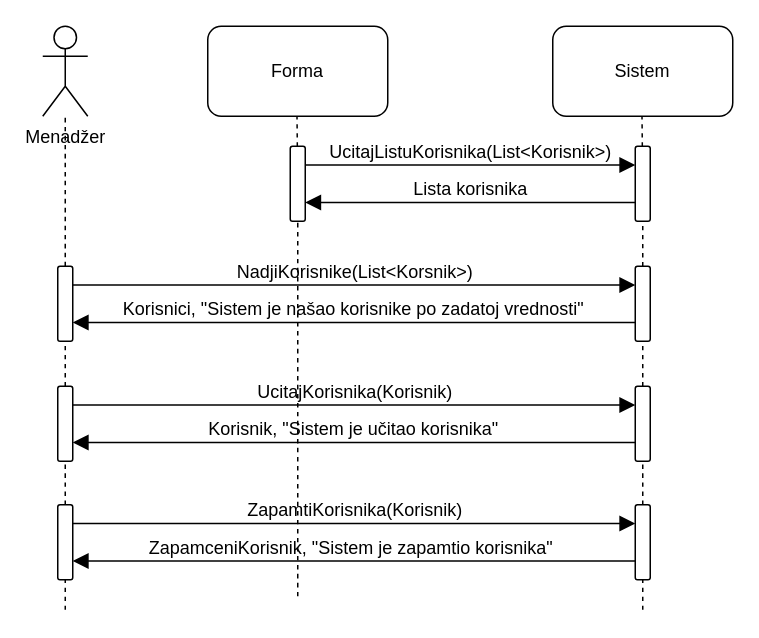
Above: Dijagram sekvenci-izmena korisnika.drawio in jancekk/agencija_turisticka (draw.io), before the change. Source tidied: cells renumbered, new cells numbered last; positions are measured from the earlier drawing's top-left corner, leaving out a move shared by most shapes. Both pictures are drawn from the tidied source at 150%, with x=0, y=0 at pixel (27, 26).
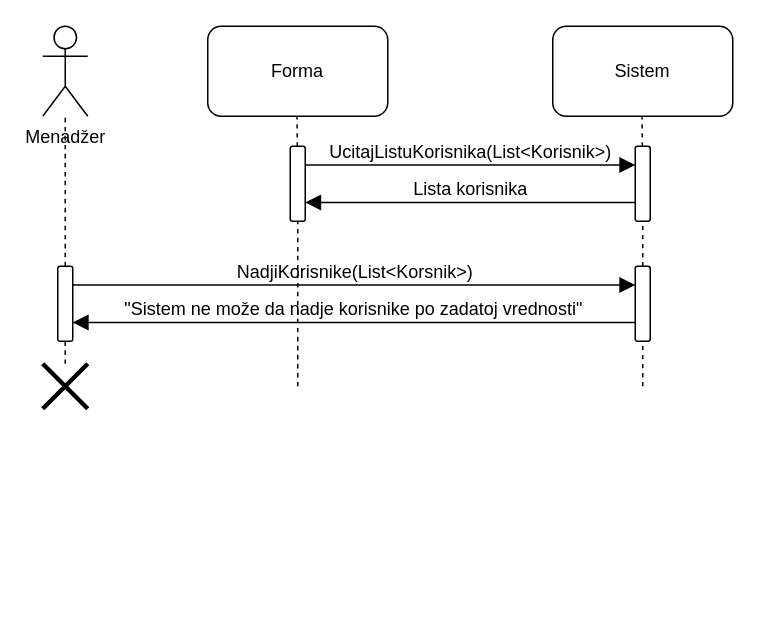
The same page after the edit.

Commit message:
Dijagram sekvenci-izmena korisnika-alt.drawio

The change refers to these unchanged cells:
```xml
<mxCell id="8" style="rounded=1;whiteSpace=wrap;html=1;rotation=-90;" parent="1" vertex="1">
  <mxGeometry x="155" y="100" width="50" height="10" as="geometry" />
</mxCell>
<mxCell id="12" style="rounded=1;whiteSpace=wrap;html=1;rotation=-90;" parent="1" vertex="1">
  <mxGeometry x="385" y="180" width="50" height="10" as="geometry" />
</mxCell>
<mxCell id="23" style="rounded=1;whiteSpace=wrap;html=1;rotation=-90;" parent="1" vertex="1">
  <mxGeometry y="180" width="50" height="10" as="geometry" />
</mxCell>
```

Change to the diagram source:
```diff
@@
-    <mxCell id="11" style="endArrow=none;dashed=1;html=1;rounded=0;fontSize=12;startSize=8;endSize=8;curved=1;" parent="1" edge="1" source="15" target="12">
-      <mxGeometry relative="1" as="geometry" />
+    <mxCell id="11" style="endArrow=none;dashed=1;html=1;rounded=0;fontSize=12;startSize=8;endSize=8;curved=1;" parent="1" edge="1" target="12">
+      <mxGeometry relative="1" as="geometry">
+        <mxPoint x="410" y="240" as="sourcePoint" />
+      </mxGeometry>
     </mxCell>
@@
     <mxCell id="13" style="endArrow=none;dashed=1;html=1;rounded=0;fontSize=12;startSize=8;endSize=8;curved=1;entryX=0;entryY=0.5;entryDx=0;entryDy=0;" parent="1" edge="1" target="8">
       <mxGeometry relative="1" as="geometry">
-        <mxPoint x="180" y="380" as="sourcePoint" />
+        <mxPoint x="180" y="240" as="sourcePoint" />
       </mxGeometry>
     </mxCell>
-    <mxCell id="14" style="endArrow=none;dashed=1;html=1;rounded=0;fontSize=12;startSize=8;endSize=8;curved=1;exitX=1;exitY=0.5;exitDx=0;exitDy=0;" parent="1" edge="1" source="27" target="15">
-      <mxGeometry relative="1" as="geometry" />
-    </mxCell>
-    <mxCell id="15" style="rounded=1;whiteSpace=wrap;html=1;rotation=-90;" parent="1" vertex="1">
-      <mxGeometry x="385" y="260" width="50" height="10" as="geometry" />
-    </mxCell>
@@
-    <mxCell id="19" value="Korisnici, &quot;Sistem je našao korisnike po zadatoj vrednosti&quot;" style="html=1;verticalAlign=bottom;labelBackgroundColor=none;endArrow=block;endFill=1;rounded=0;fontSize=12;startSize=8;endSize=8;curved=1;entryX=0.25;entryY=1;entryDx=0;entryDy=0;exitX=0.25;exitY=0;exitDx=0;exitDy=0;" parent="1" edge="1" source="12" target="23">
+    <mxCell id="19" value="&quot;Sistem ne može da nadje korisnike po zadatoj vrednosti&quot;" style="html=1;verticalAlign=bottom;labelBackgroundColor=none;endArrow=block;endFill=1;rounded=0;fontSize=12;startSize=8;endSize=8;curved=1;entryX=0.25;entryY=1;entryDx=0;entryDy=0;exitX=0.25;exitY=0;exitDx=0;exitDy=0;" parent="1" edge="1" source="12" target="23">
       <mxGeometry relative="1" as="geometry" />
     </mxCell>
-    <mxCell id="20" value="UcitajKorisnika(Korisnik)" style="html=1;verticalAlign=bottom;labelBackgroundColor=none;endArrow=block;endFill=1;rounded=0;fontSize=12;startSize=8;endSize=8;curved=1;entryX=0.75;entryY=0;entryDx=0;entryDy=0;exitX=0.75;exitY=1;exitDx=0;exitDy=0;" parent="1" edge="1" source="25" target="15">
-      <mxGeometry relative="1" as="geometry" />
-    </mxCell>
-    <mxCell id="21" value="Korisnik, &quot;Sistem je učitao korisnika&quot;" style="html=1;verticalAlign=bottom;labelBackgroundColor=none;endArrow=block;endFill=1;rounded=0;fontSize=12;startSize=8;endSize=8;curved=1;entryX=0.25;entryY=1;entryDx=0;entryDy=0;exitX=0.25;exitY=0;exitDx=0;exitDy=0;" parent="1" edge="1" source="15" target="25">
-      <mxGeometry relative="1" as="geometry" />
-    </mxCell>
-    <mxCell id="22" style="endArrow=none;dashed=1;html=1;rounded=0;fontSize=12;startSize=8;endSize=8;curved=1;" parent="1" edge="1" source="25" target="23">
+    <mxCell id="22" style="endArrow=none;dashed=1;html=1;rounded=0;fontSize=12;startSize=8;endSize=8;curved=1;" parent="1" edge="1" source="32" target="23">
       <mxGeometry relative="1" as="geometry" />
     </mxCell>
@@
-    <mxCell id="24" style="endArrow=none;dashed=1;html=1;rounded=0;fontSize=12;startSize=8;endSize=8;curved=1;exitX=1;exitY=0.5;exitDx=0;exitDy=0;" parent="1" edge="1" source="31" target="25">
-      <mxGeometry relative="1" as="geometry" />
-    </mxCell>
-    <mxCell id="25" style="rounded=1;whiteSpace=wrap;html=1;rotation=-90;" parent="1" vertex="1">
-      <mxGeometry y="260" width="50" height="10" as="geometry" />
-    </mxCell>
-    <mxCell id="26" style="endArrow=none;dashed=1;html=1;rounded=0;fontSize=12;startSize=8;endSize=8;curved=1;" parent="1" edge="1" target="27">
-      <mxGeometry relative="1" as="geometry">
-        <mxPoint x="410" y="389" as="sourcePoint" />
-      </mxGeometry>
-    </mxCell>
-    <mxCell id="27" style="rounded=1;whiteSpace=wrap;html=1;rotation=-90;" parent="1" vertex="1">
-      <mxGeometry x="385" y="339" width="50" height="10" as="geometry" />
-    </mxCell>
-    <mxCell id="28" value="ZapamtiKorisnika(Korisnik)" style="html=1;verticalAlign=bottom;labelBackgroundColor=none;endArrow=block;endFill=1;rounded=0;fontSize=12;startSize=8;endSize=8;curved=1;entryX=0.75;entryY=0;entryDx=0;entryDy=0;exitX=0.75;exitY=1;exitDx=0;exitDy=0;" parent="1" edge="1" source="31" target="27">
-      <mxGeometry relative="1" as="geometry" />
-    </mxCell>
-    <mxCell id="29" value="ZapamceniKorisnik, &quot;Sistem je zapamtio korisnika&quot;&amp;nbsp;" style="html=1;verticalAlign=bottom;labelBackgroundColor=none;endArrow=block;endFill=1;rounded=0;fontSize=12;startSize=8;endSize=8;curved=1;entryX=0.25;entryY=1;entryDx=0;entryDy=0;exitX=0.25;exitY=0;exitDx=0;exitDy=0;" parent="1" edge="1" source="27" target="31">
-      <mxGeometry relative="1" as="geometry" />
-    </mxCell>
-    <mxCell id="30" style="endArrow=none;dashed=1;html=1;rounded=0;fontSize=12;startSize=8;endSize=8;curved=1;" parent="1" edge="1" target="31">
-      <mxGeometry relative="1" as="geometry">
-        <mxPoint x="25" y="389" as="sourcePoint" />
-      </mxGeometry>
-    </mxCell>
-    <mxCell id="31" style="rounded=1;whiteSpace=wrap;html=1;rotation=-90;" parent="1" vertex="1">
-      <mxGeometry y="339" width="50" height="10" as="geometry" />
-    </mxCell>
+    <mxCell id="32" style="shape=umlDestroy;whiteSpace=wrap;html=1;strokeWidth=3;targetShapes=umlLifeline;" parent="1" vertex="1">
+      <mxGeometry x="10" y="225" width="30" height="30" as="geometry" />
+    </mxCell>
```
